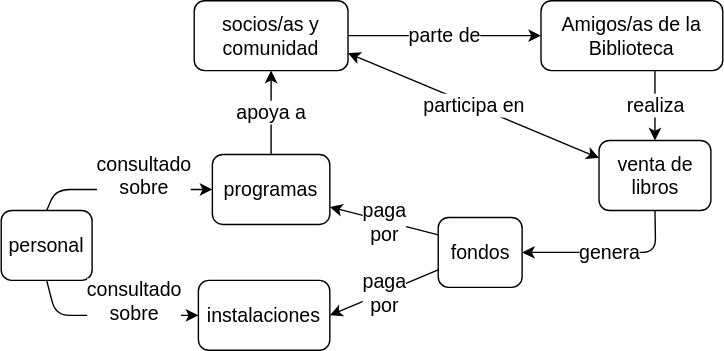
This is es/figures/library-friends-concept-map.svg from gvwilson/teachtogether.tech, a draw.io export, as it was before one commit. Source tidied: cells renumbered, new cells last; positions are measured from the earlier drawing's top-left corner, leaving out a move shared by most shapes.
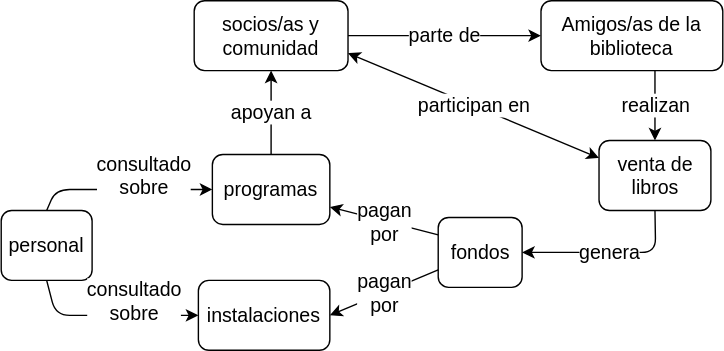
The same diagram one commit later.

Commit message:
Friend concept map

Second review

Diff of the diagram source:
```diff
@@ -5,7 +5,7 @@
     <mxCell id="2" value="socios/as y&lt;br&gt;comunidad" style="rounded=1;whiteSpace=wrap;html=1;fontSize=14;" parent="1" vertex="1">
       <mxGeometry x="138" width="110" height="50" as="geometry" />
     </mxCell>
-    <mxCell id="3" value="Amigos/as de la&lt;br&gt;Biblioteca" style="rounded=1;whiteSpace=wrap;html=1;fontSize=14;" parent="1" vertex="1">
+    <mxCell id="3" value="Amigos/as de la&lt;br&gt;biblioteca" style="rounded=1;whiteSpace=wrap;html=1;fontSize=14;" parent="1" vertex="1">
       <mxGeometry x="386" width="130" height="50" as="geometry" />
     </mxCell>
     <mxCell id="4" value="programas" style="rounded=1;whiteSpace=wrap;html=1;fontSize=14;" parent="1" vertex="1">
@@ -23,15 +23,15 @@
     <mxCell id="8" value="venta de&lt;br&gt;libros" style="rounded=1;whiteSpace=wrap;html=1;fontSize=14;" parent="1" vertex="1">
       <mxGeometry x="427.5" y="100" width="80" height="50" as="geometry" />
     </mxCell>
-    <mxCell id="9" value="apoya a" style="endArrow=classic;html=1;entryX=0.5;entryY=1;entryDx=0;entryDy=0;fontSize=14;exitX=0.5;exitY=0;exitDx=0;exitDy=0;" parent="1" edge="1" source="4" target="2">
+    <mxCell id="9" value="apoyan a" style="endArrow=classic;html=1;entryX=0.5;entryY=1;entryDx=0;entryDy=0;fontSize=14;exitX=0.5;exitY=0;exitDx=0;exitDy=0;" parent="1" edge="1" source="4" target="2">
       <mxGeometry relative="1" as="geometry" />
     </mxCell>
-    <mxCell id="10" value="realiza" style="endArrow=classic;html=1;entryX=0.5;entryY=0;entryDx=0;entryDy=0;fontSize=14;exitX=0.5;exitY=1;exitDx=0;exitDy=0;" parent="1" edge="1" target="8">
+    <mxCell id="10" value="realizan" style="endArrow=classic;html=1;entryX=0.5;entryY=0;entryDx=0;entryDy=0;fontSize=14;exitX=0.5;exitY=1;exitDx=0;exitDy=0;" parent="1" edge="1" target="8">
       <mxGeometry relative="1" as="geometry">
         <mxPoint x="467.5" y="50" as="sourcePoint" />
       </mxGeometry>
     </mxCell>
-    <mxCell id="11" value="paga&lt;br&gt;por" style="endArrow=classic;html=1;entryX=1;entryY=0.75;entryDx=0;entryDy=0;fontSize=14;exitX=0;exitY=0.25;exitDx=0;exitDy=0;" parent="1" edge="1" source="6" target="4">
+    <mxCell id="11" value="pagan&lt;br&gt;por" style="endArrow=classic;html=1;entryX=1;entryY=0.75;entryDx=0;entryDy=0;fontSize=14;exitX=0;exitY=0.25;exitDx=0;exitDy=0;" parent="1" edge="1" source="6" target="4">
       <mxGeometry relative="1" as="geometry" />
     </mxCell>
     <mxCell id="12" value="genera" style="endArrow=classic;html=1;exitX=0.5;exitY=1;exitDx=0;exitDy=0;fontSize=14;entryX=1;entryY=0.5;entryDx=0;entryDy=0;" parent="1" edge="1" source="8" target="6">
@@ -41,7 +41,7 @@
         </Array>
       </mxGeometry>
     </mxCell>
-    <mxCell id="13" value="paga&lt;br&gt;por" style="endArrow=classic;html=1;entryX=1;entryY=0.5;entryDx=0;entryDy=0;fontSize=14;exitX=0;exitY=0.75;exitDx=0;exitDy=0;" parent="1" edge="1" source="6" target="5">
+    <mxCell id="13" value="pagan&lt;br&gt;por" style="endArrow=classic;html=1;entryX=1;entryY=0.5;entryDx=0;entryDy=0;fontSize=14;exitX=0;exitY=0.75;exitDx=0;exitDy=0;" parent="1" edge="1" source="6" target="5">
       <mxGeometry relative="1" as="geometry" />
     </mxCell>
     <mxCell id="14" value="&lt;div&gt;consultado&lt;/div&gt;&lt;div&gt;sobre&lt;/div&gt;" style="endArrow=classic;html=1;exitX=0.5;exitY=0;exitDx=0;exitDy=0;entryX=0;entryY=0.5;entryDx=0;entryDy=0;fontSize=14;" parent="1" edge="1" source="7" target="4">
@@ -61,7 +61,7 @@
     <mxCell id="16" value="parte de" style="endArrow=classic;html=1;fontSize=14;exitX=1;exitY=0.5;exitDx=0;exitDy=0;entryX=0;entryY=0.5;entryDx=0;entryDy=0;" parent="1" edge="1" source="2" target="3">
       <mxGeometry relative="1" as="geometry" />
     </mxCell>
-    <mxCell id="17" value="participa en" style="endArrow=classic;startArrow=classic;html=1;fontSize=14;entryX=0;entryY=0.25;entryDx=0;entryDy=0;exitX=1;exitY=0.75;exitDx=0;exitDy=0;" parent="1" edge="1" source="2" target="8">
+    <mxCell id="17" value="participan en" style="endArrow=classic;startArrow=classic;html=1;fontSize=14;entryX=0;entryY=0.25;entryDx=0;entryDy=0;exitX=1;exitY=0.75;exitDx=0;exitDy=0;" parent="1" edge="1" source="2" target="8">
       <mxGeometry relative="1" as="geometry" />
     </mxCell>
   </root>
```
